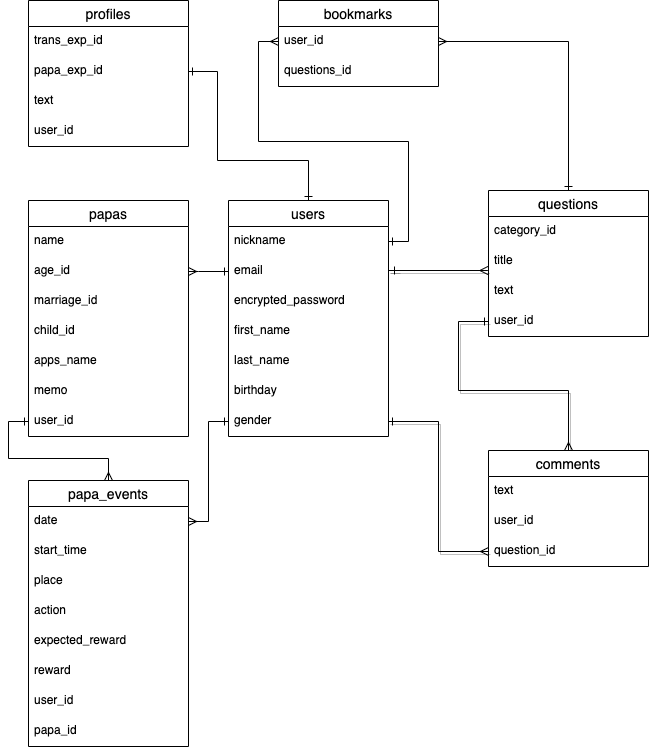
Above: ER.drawio.png in Chukoto/wyvez-test (draw.io), before the change. Source tidied: cells renumbered, new cells last; positions are measured from the earlier drawing's top-left corner, leaving out a move shared by most shapes.
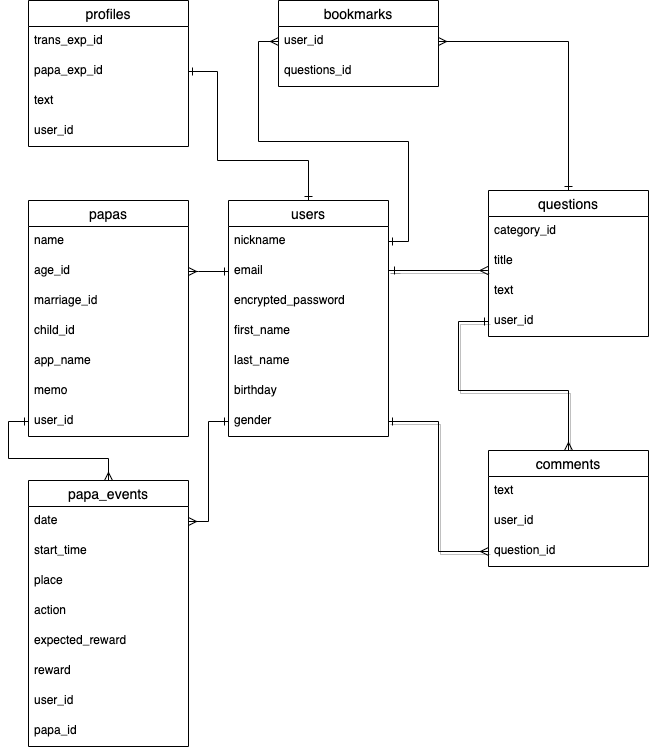
Above is the later version.

Commit message:
ReadMeのpapasテーブル修正

Change to the diagram source:
```diff
@@ -131,7 +131,7 @@
     <mxCell id="37" value="child_id" style="text;strokeColor=none;fillColor=none;spacingLeft=4;spacingRight=4;overflow=hidden;fontSize=12;" parent="33" vertex="1">
       <mxGeometry y="116" width="160" height="30" as="geometry" />
     </mxCell>
-    <mxCell id="38" value="apps_name" style="text;strokeColor=none;fillColor=none;spacingLeft=4;spacingRight=4;overflow=hidden;fontSize=12;" parent="33" vertex="1">
+    <mxCell id="38" value="app_name" style="text;strokeColor=none;fillColor=none;spacingLeft=4;spacingRight=4;overflow=hidden;fontSize=12;" parent="33" vertex="1">
       <mxGeometry y="146" width="160" height="30" as="geometry" />
     </mxCell>
     <mxCell id="39" value="memo" style="text;strokeColor=none;fillColor=none;spacingLeft=4;spacingRight=4;overflow=hidden;fontSize=12;" parent="33" vertex="1">
```
